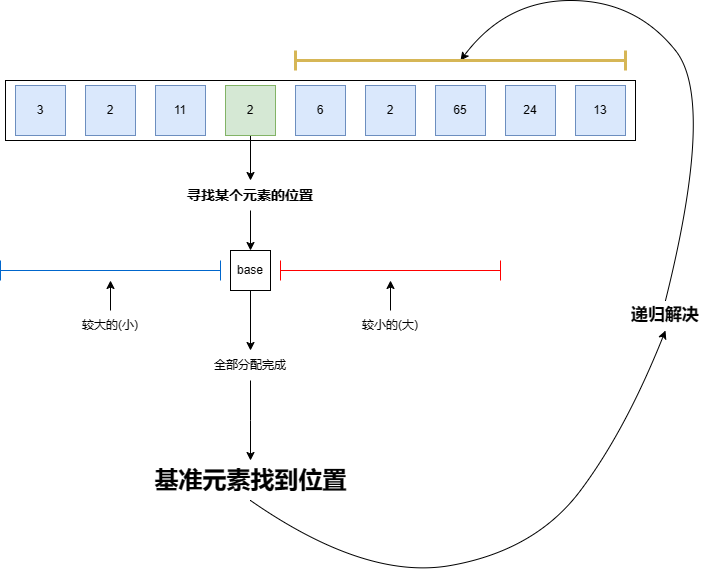
Before: 基础理论学习/数据结构/资源/快速排序.drawio.png, a diagram exported from draw.io (AliceAuto/AliceAuto.github.io). Source tidied: cells renumbered, new cells last; positions are measured from the earlier drawing's top-left corner, leaving out a move shared by most shapes. Its diagram source:
```xml
<mxGraphModel>
  <root>
    <mxCell id="0" />
    <mxCell id="1" parent="0" />
    <mxCell id="2" style="rounded=0;whiteSpace=wrap;html=1;" parent="1" vertex="1">
      <mxGeometry x="5" y="80" width="630" height="60" as="geometry" />
    </mxCell>
    <mxCell id="3" value="3" style="whiteSpace=wrap;html=1;fillColor=#dae8fc;strokeColor=#6c8ebf;" parent="1" vertex="1">
      <mxGeometry x="15" y="85" width="50" height="50" as="geometry" />
    </mxCell>
    <mxCell id="4" value="2" style="whiteSpace=wrap;html=1;fillColor=#dae8fc;strokeColor=#6c8ebf;" parent="1" vertex="1">
      <mxGeometry x="85" y="85" width="50" height="50" as="geometry" />
    </mxCell>
    <mxCell id="5" value="11" style="whiteSpace=wrap;html=1;fillColor=#dae8fc;strokeColor=#6c8ebf;" parent="1" vertex="1">
      <mxGeometry x="155" y="85" width="50" height="50" as="geometry" />
    </mxCell>
    <mxCell id="6" style="edgeStyle=orthogonalEdgeStyle;rounded=0;jettySize=auto;html=1;entryX=0.5;entryY=0;entryDx=0;entryDy=0;" parent="1" edge="1" source="7" target="15">
      <mxGeometry relative="1" as="geometry" />
    </mxCell>
    <mxCell id="7" value="2" style="whiteSpace=wrap;html=1;fillColor=#d5e8d4;strokeColor=#82b366;" parent="1" vertex="1">
      <mxGeometry x="225" y="85" width="50" height="50" as="geometry" />
    </mxCell>
    <mxCell id="8" value="6" style="whiteSpace=wrap;html=1;fillColor=#dae8fc;strokeColor=#6c8ebf;" parent="1" vertex="1">
      <mxGeometry x="295" y="85" width="50" height="50" as="geometry" />
    </mxCell>
    <mxCell id="9" value="2" style="whiteSpace=wrap;html=1;fillColor=#dae8fc;strokeColor=#6c8ebf;" parent="1" vertex="1">
      <mxGeometry x="365" y="85" width="50" height="50" as="geometry" />
    </mxCell>
    <mxCell id="10" value="65" style="whiteSpace=wrap;html=1;fillColor=#dae8fc;strokeColor=#6c8ebf;" parent="1" vertex="1">
      <mxGeometry x="435" y="85" width="50" height="50" as="geometry" />
    </mxCell>
    <mxCell id="11" value="24" style="whiteSpace=wrap;html=1;fillColor=#dae8fc;strokeColor=#6c8ebf;" parent="1" vertex="1">
      <mxGeometry x="505" y="85" width="50" height="50" as="geometry" />
    </mxCell>
    <mxCell id="12" value="13" style="whiteSpace=wrap;html=1;fillColor=#dae8fc;strokeColor=#6c8ebf;" parent="1" vertex="1">
      <mxGeometry x="575" y="85" width="50" height="50" as="geometry" />
    </mxCell>
    <mxCell id="13" style="shape=crossbar;whiteSpace=wrap;html=1;rounded=1;strokeColor=#FF0000;" parent="1" vertex="1">
      <mxGeometry x="280" y="260" width="220" height="20" as="geometry" />
    </mxCell>
    <mxCell id="14" style="edgeStyle=orthogonalEdgeStyle;rounded=0;jettySize=auto;html=1;" parent="1" edge="1" source="15" target="18">
      <mxGeometry relative="1" as="geometry" />
    </mxCell>
    <mxCell id="15" value="&lt;b&gt;&lt;font style=&quot;font-size: 14px;&quot;&gt;寻找某个元素的位置&lt;/font&gt;&lt;/b&gt;" style="text;html=1;align=center;verticalAlign=middle;whiteSpace=wrap;rounded=0;strokeWidth=5;strokeColor=none;" parent="1" vertex="1">
      <mxGeometry x="180" y="180" width="140" height="30" as="geometry" />
    </mxCell>
    <mxCell id="16" style="shape=crossbar;whiteSpace=wrap;html=1;rounded=1;strokeColor=#0066CC;" parent="1" vertex="1">
      <mxGeometry y="260" width="220" height="20" as="geometry" />
    </mxCell>
    <mxCell id="17" style="edgeStyle=orthogonalEdgeStyle;rounded=0;jettySize=auto;html=1;" parent="1" edge="1" source="18" target="24">
      <mxGeometry relative="1" as="geometry" />
    </mxCell>
    <mxCell id="18" value="base" style="whiteSpace=wrap;html=1;" parent="1" vertex="1">
      <mxGeometry x="230" y="250" width="40" height="40" as="geometry" />
    </mxCell>
    <mxCell id="19" style="edgeStyle=orthogonalEdgeStyle;rounded=0;jettySize=auto;html=1;" parent="1" edge="1" source="20" target="16">
      <mxGeometry relative="1" as="geometry" />
    </mxCell>
    <mxCell id="20" value="较大的(小)" style="text;html=1;align=center;verticalAlign=middle;whiteSpace=wrap;rounded=0;" parent="1" vertex="1">
      <mxGeometry x="80" y="310" width="60" height="30" as="geometry" />
    </mxCell>
    <mxCell id="21" style="edgeStyle=orthogonalEdgeStyle;rounded=0;jettySize=auto;html=1;" parent="1" edge="1" source="22" target="13">
      <mxGeometry relative="1" as="geometry" />
    </mxCell>
    <mxCell id="22" value="较小的(大)" style="text;html=1;align=center;verticalAlign=middle;whiteSpace=wrap;rounded=0;" parent="1" vertex="1">
      <mxGeometry x="360" y="310" width="60" height="30" as="geometry" />
    </mxCell>
    <mxCell id="23" style="edgeStyle=orthogonalEdgeStyle;rounded=0;jettySize=auto;html=1;curved=1;" parent="1" edge="1" source="24">
      <mxGeometry relative="1" as="geometry">
        <mxPoint x="250" y="460" as="targetPoint" />
      </mxGeometry>
    </mxCell>
    <mxCell id="24" value="全部分配完成" style="text;html=1;align=center;verticalAlign=middle;whiteSpace=wrap;rounded=0;" parent="1" vertex="1">
      <mxGeometry x="205" y="350" width="90" height="30" as="geometry" />
    </mxCell>
    <mxCell id="25" value="基准元素找到位置" style="text;strokeColor=none;fillColor=none;html=1;fontSize=24;fontStyle=1;verticalAlign=middle;align=center;" parent="1" vertex="1">
      <mxGeometry x="200" y="460" width="100" height="40" as="geometry" />
    </mxCell>
    <mxCell id="26" style="curved=1;endArrow=classic;html=1;rounded=0;exitX=0.5;exitY=0;exitDx=0;exitDy=0;entryX=0.5;entryY=0.5;entryDx=0;entryDy=0;entryPerimeter=0;" parent="1" edge="1" source="29" target="27">
      <mxGeometry relative="1" as="geometry">
        <Array as="points">
          <mxPoint x="715" y="100" />
          <mxPoint x="635" />
          <mxPoint x="505" />
        </Array>
      </mxGeometry>
    </mxCell>
    <mxCell id="27" style="shape=crossbar;whiteSpace=wrap;html=1;rounded=1;strokeWidth=3;strokeColor=#d6b656;fillColor=#fff2cc;" parent="1" vertex="1">
      <mxGeometry x="295" y="50" width="330" height="20" as="geometry" />
    </mxCell>
    <mxCell id="28" style="curved=1;endArrow=classic;html=1;rounded=0;exitX=0.5;exitY=1;exitDx=0;exitDy=0;entryX=0.5;entryY=1;entryDx=0;entryDy=0;" parent="1" edge="1" source="25" target="29">
      <mxGeometry relative="1" as="geometry">
        <Array as="points">
          <mxPoint x="365" y="580" />
          <mxPoint x="535" y="550" />
          <mxPoint x="625" y="430" />
        </Array>
      </mxGeometry>
    </mxCell>
    <mxCell id="29" value="&lt;font style=&quot;font-size: 17px;&quot;&gt;&lt;b&gt;递归解决&lt;/b&gt;&lt;/font&gt;" style="text;html=1;align=center;verticalAlign=middle;whiteSpace=wrap;rounded=0;" parent="1" vertex="1">
      <mxGeometry x="605" y="300" width="120" height="30" as="geometry" />
    </mxCell>
  </root>
</mxGraphModel>
```
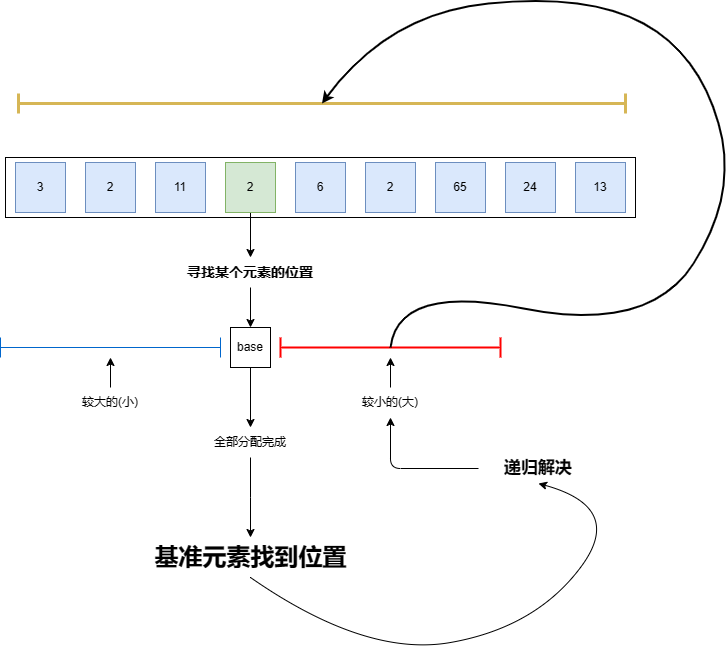
After the commit.

Commit message:
更新快速排序.drawio.png

Change to the diagram source:
```diff
@@ -35,7 +35,7 @@
     <mxCell id="12" value="13" style="whiteSpace=wrap;html=1;fillColor=#dae8fc;strokeColor=#6c8ebf;" parent="1" vertex="1">
       <mxGeometry x="575" y="85" width="50" height="50" as="geometry" />
     </mxCell>
-    <mxCell id="13" style="shape=crossbar;whiteSpace=wrap;html=1;rounded=1;strokeColor=#FF0000;" parent="1" vertex="1">
+    <mxCell id="13" style="shape=crossbar;whiteSpace=wrap;html=1;rounded=1;strokeColor=#FF0000;strokeWidth=2;" parent="1" vertex="1">
       <mxGeometry x="280" y="260" width="220" height="20" as="geometry" />
     </mxCell>
     <mxCell id="14" style="edgeStyle=orthogonalEdgeStyle;rounded=0;jettySize=auto;html=1;" parent="1" edge="1" source="15" target="18">
@@ -76,17 +76,8 @@
     <mxCell id="25" value="基准元素找到位置" style="text;strokeColor=none;fillColor=none;html=1;fontSize=24;fontStyle=1;verticalAlign=middle;align=center;" parent="1" vertex="1">
       <mxGeometry x="200" y="460" width="100" height="40" as="geometry" />
     </mxCell>
-    <mxCell id="26" style="curved=1;endArrow=classic;html=1;rounded=0;exitX=0.5;exitY=0;exitDx=0;exitDy=0;entryX=0.5;entryY=0.5;entryDx=0;entryDy=0;entryPerimeter=0;" parent="1" edge="1" source="29" target="27">
-      <mxGeometry relative="1" as="geometry">
-        <Array as="points">
-          <mxPoint x="715" y="100" />
-          <mxPoint x="635" />
-          <mxPoint x="505" />
-        </Array>
-      </mxGeometry>
-    </mxCell>
     <mxCell id="27" style="shape=crossbar;whiteSpace=wrap;html=1;rounded=1;strokeWidth=3;strokeColor=#d6b656;fillColor=#fff2cc;" parent="1" vertex="1">
-      <mxGeometry x="295" y="50" width="330" height="20" as="geometry" />
+      <mxGeometry x="18" y="16" width="607" height="20" as="geometry" />
     </mxCell>
     <mxCell id="28" style="curved=1;endArrow=classic;html=1;rounded=0;exitX=0.5;exitY=1;exitDx=0;exitDy=0;entryX=0.5;entryY=1;entryDx=0;entryDy=0;" parent="1" edge="1" source="25" target="29">
       <mxGeometry relative="1" as="geometry">
@@ -97,8 +88,23 @@
         </Array>
       </mxGeometry>
     </mxCell>
+    <mxCell id="30" style="edgeStyle=orthogonalEdgeStyle;rounded=1;jettySize=auto;html=1;curved=0;" parent="1" edge="1" source="29" target="22">
+      <mxGeometry relative="1" as="geometry" />
+    </mxCell>
     <mxCell id="29" value="&lt;font style=&quot;font-size: 17px;&quot;&gt;&lt;b&gt;递归解决&lt;/b&gt;&lt;/font&gt;" style="text;html=1;align=center;verticalAlign=middle;whiteSpace=wrap;rounded=0;" parent="1" vertex="1">
-      <mxGeometry x="605" y="300" width="120" height="30" as="geometry" />
+      <mxGeometry x="478" y="376" width="120" height="30" as="geometry" />
     </mxCell>
+    <mxCell id="31" style="curved=1;endArrow=classic;html=1;rounded=0;entryX=0.5;entryY=0.5;entryDx=0;entryDy=0;entryPerimeter=0;exitX=0.5;exitY=0.5;exitDx=0;exitDy=0;exitPerimeter=0;strokeWidth=2;" parent="1" edge="1" source="13" target="27">
+      <mxGeometry relative="1" as="geometry">
+        <Array as="points">
+          <mxPoint x="398" y="206" />
+          <mxPoint x="648" y="256" />
+          <mxPoint x="738" y="116" />
+          <mxPoint x="698" y="-24" />
+          <mxPoint x="588" y="-84" />
+          <mxPoint x="388" y="-64" />
+        </Array>
+      </mxGeometry>
+    </mxCell>
   </root>
 </mxGraphModel>
```
